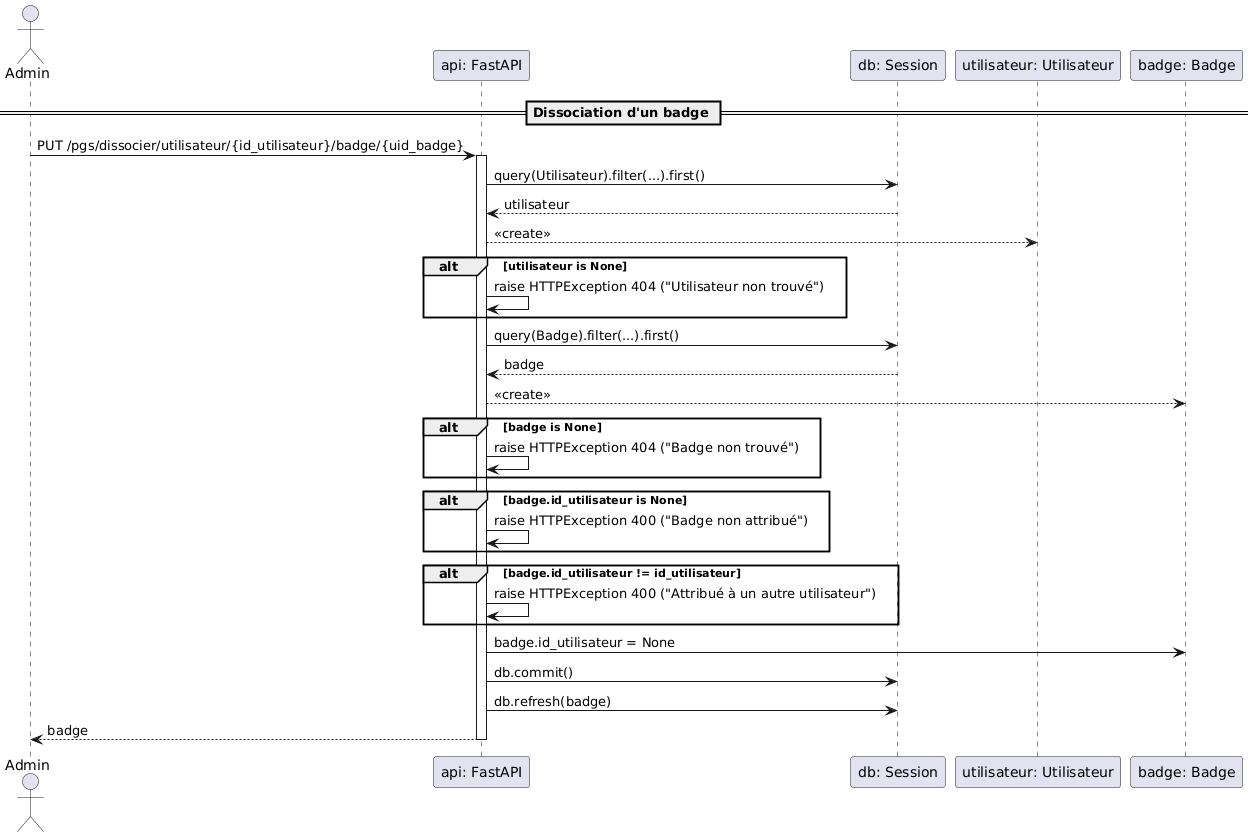
RobinMartineau/Acc-s-campus- keeps this PlantUML diagram as BDD/Diagrammes/Séquence/PGS/dissocierBadge.png. Above is the earlier version.
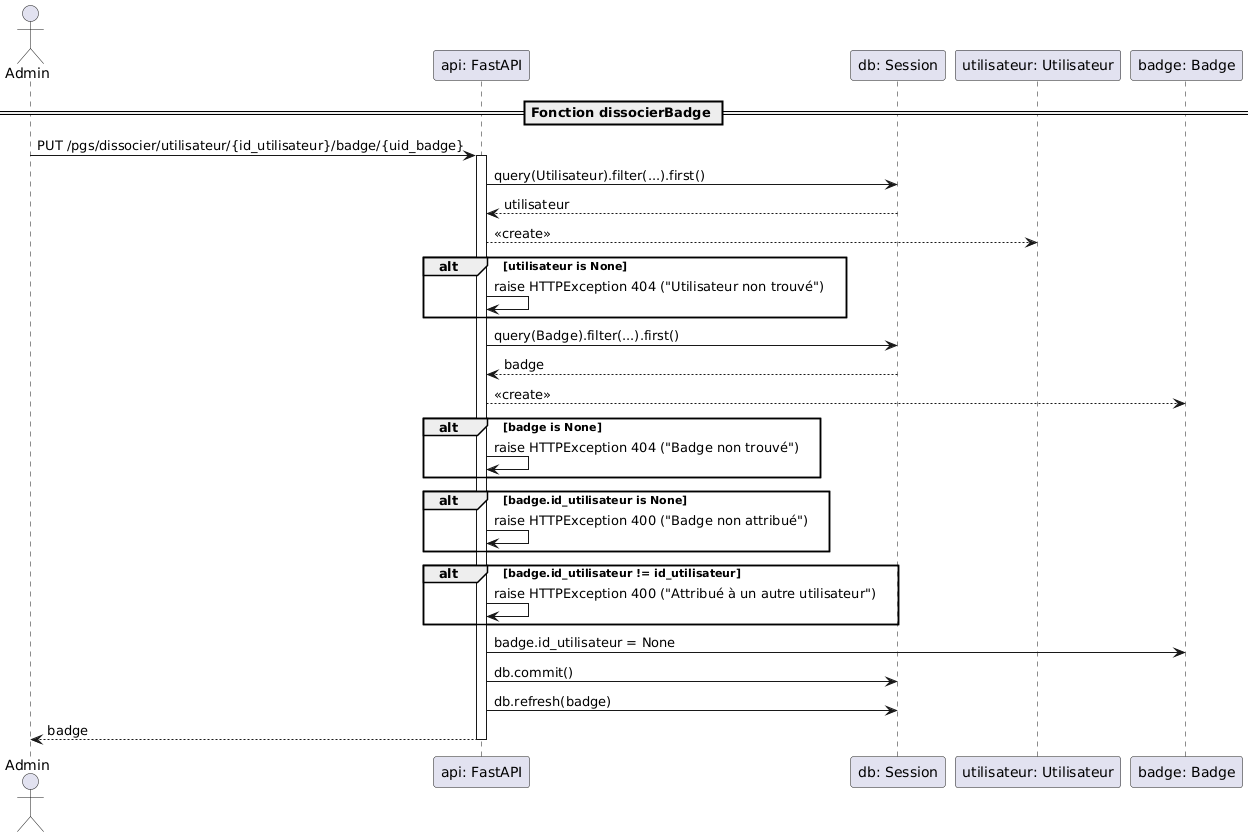
Above is the later version.

Commit message:
Ajustement du diagramme de sequence dissocier badge

The edit, as a diff of the source:
```diff
@@ -5,7 +5,7 @@
 participant "utilisateur: Utilisateur"
 participant "badge: Badge"
 
-== Dissociation d'un badge ==
+== Fonction dissocierBadge ==
 "Admin" -> "api: FastAPI" : PUT /pgs/dissocier/utilisateur/{id_utilisateur}/badge/{uid_badge}
 activate "api: FastAPI"
 
@@ -31,6 +31,7 @@
     "api: FastAPI" -> "api: FastAPI" : raise HTTPException 400 ("Attribué à un autre utilisateur")
 end
 
+
 "api: FastAPI" -> "badge: Badge" : badge.id_utilisateur = None
 "api: FastAPI" -> "db: Session" : db.commit()
 "api: FastAPI" -> "db: Session" : db.refresh(badge)
```
